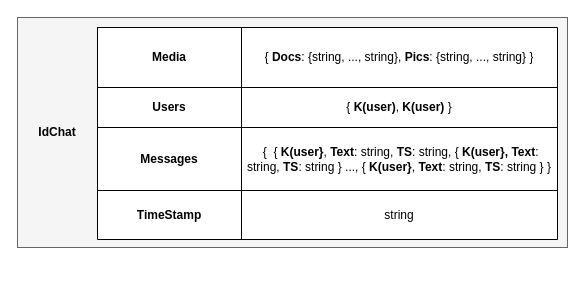
Earlier version of the draw.io diagram NoAM/collection-chat.drawio (Antonet99/noSQL-Snapchat). Source tidied: cells renumbered, new cells numbered last; positions are measured from the earlier drawing's top-left corner, leaving out a move shared by most shapes. Both pictures are drawn from the tidied source at 100%, with x=0, y=0 at pixel (17, 17).
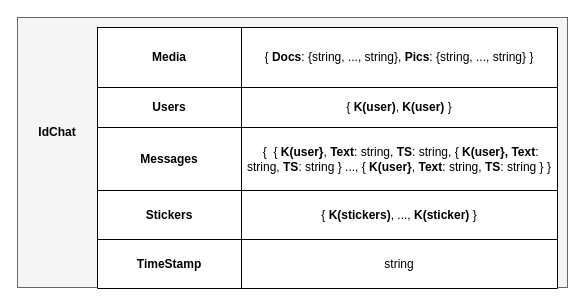
After the change.

The edit, as a diff of the source:
```diff
@@
 <mxGraphModel>
   <root>
     <mxCell id="0" />
     <mxCell id="1" parent="0" />
     <mxCell id="2" style="rounded=0;whiteSpace=wrap;html=1;fillColor=#f5f5f5;fontColor=#333333;strokeColor=#666666;" parent="1" vertex="1">
-      <mxGeometry width="550" height="230" as="geometry" />
+      <mxGeometry width="550" height="270" as="geometry" />
     </mxCell>
     <mxCell id="3" value="&lt;b&gt;IdChat&lt;/b&gt;" style="text;html=1;strokeColor=none;fillColor=none;align=center;verticalAlign=middle;whiteSpace=wrap;rounded=0;" parent="1" vertex="1">
       <mxGeometry x="10" y="99.5" width="60" height="30" as="geometry" />
     </mxCell>
     <mxCell id="4" style="shape=table;startSize=0;childLayout=tableLayout;" parent="1" vertex="1">
-      <mxGeometry x="80" y="10" width="460" height="212" as="geometry" />
+      <mxGeometry x="80" y="10" width="460" height="261" as="geometry" />
     </mxCell>
     <mxCell id="5" style="shape=tableRow;horizontal=0;startSize=0;swimlaneHead=0;swimlaneBody=0;strokeColor=inherit;top=0;left=0;bottom=0;right=0;fillColor=none;" parent="4" vertex="1">
       <mxGeometry width="460" height="60" as="geometry" />
     </mxCell>
     <mxCell id="6" value="&lt;b&gt;Media&lt;/b&gt;" style="shape=partialRectangle;html=1;whiteSpace=wrap;strokeColor=inherit;overflow=hidden;fillColor=none;top=0;left=0;bottom=0;right=0;" parent="5" vertex="1">
       <mxGeometry width="144" height="60" as="geometry" />
     </mxCell>
     <mxCell id="7" value="{ &lt;b&gt;Docs&lt;/b&gt;: {string, ..., string}, &lt;b&gt;Pics&lt;/b&gt;: {string, ..., string} }" style="shape=partialRectangle;html=1;whiteSpace=wrap;strokeColor=inherit;overflow=hidden;fillColor=none;top=0;left=0;bottom=0;right=0;" parent="5" vertex="1">
       <mxGeometry x="144" width="316" height="60" as="geometry" />
     </mxCell>
     <mxCell id="8" style="shape=tableRow;horizontal=0;startSize=0;swimlaneHead=0;swimlaneBody=0;strokeColor=inherit;top=0;left=0;bottom=0;right=0;fillColor=none;" parent="4" vertex="1">
       <mxGeometry y="60" width="460" height="40" as="geometry" />
     </mxCell>
     <mxCell id="9" value="&lt;b&gt;Users&lt;/b&gt;" style="shape=partialRectangle;html=1;whiteSpace=wrap;strokeColor=inherit;overflow=hidden;fillColor=none;top=0;left=0;bottom=0;right=0;" parent="8" vertex="1">
       <mxGeometry width="144" height="40" as="geometry" />
     </mxCell>
     <mxCell id="10" value="{ &lt;b&gt;K(user)&lt;/b&gt;, &lt;b&gt;K(user)&lt;/b&gt; }" style="shape=partialRectangle;html=1;whiteSpace=wrap;strokeColor=inherit;overflow=hidden;fillColor=none;top=0;left=0;bottom=0;right=0;" parent="8" vertex="1">
       <mxGeometry x="144" width="316" height="40" as="geometry" />
     </mxCell>
     <mxCell id="11" style="shape=tableRow;horizontal=0;startSize=0;swimlaneHead=0;swimlaneBody=0;strokeColor=inherit;top=0;left=0;bottom=0;right=0;fillColor=none;" parent="4" vertex="1">
       <mxGeometry y="100" width="460" height="63" as="geometry" />
     </mxCell>
     <mxCell id="12" value="&lt;b&gt;Messages&lt;/b&gt;" style="shape=partialRectangle;html=1;whiteSpace=wrap;strokeColor=inherit;overflow=hidden;fillColor=none;top=0;left=0;bottom=0;right=0;" parent="11" vertex="1">
       <mxGeometry width="144" height="63" as="geometry" />
     </mxCell>
     <mxCell id="13" value="&amp;nbsp;{&amp;nbsp; { &lt;b&gt;K(user}&lt;/b&gt;, &lt;b&gt;Text&lt;/b&gt;: string, &lt;b&gt;TS&lt;/b&gt;: string, { &lt;b&gt;K(user},&lt;/b&gt; &lt;b&gt;Text&lt;/b&gt;: string, &lt;b&gt;TS&lt;/b&gt;: string  } ..., {&amp;nbsp;&lt;b&gt;K(user}&lt;/b&gt;, &lt;b&gt;Text&lt;/b&gt;: string, &lt;b&gt;TS&lt;/b&gt;: string } }" style="shape=partialRectangle;html=1;whiteSpace=wrap;strokeColor=inherit;overflow=hidden;fillColor=none;top=0;left=0;bottom=0;right=0;" parent="11" vertex="1">
       <mxGeometry x="144" width="316" height="63" as="geometry" />
     </mxCell>
     <mxCell id="14" style="shape=tableRow;horizontal=0;startSize=0;swimlaneHead=0;swimlaneBody=0;strokeColor=inherit;top=0;left=0;bottom=0;right=0;fillColor=none;" parent="4" vertex="1">
       <mxGeometry y="163" width="460" height="49" as="geometry" />
     </mxCell>
-    <mxCell id="15" value="&lt;b&gt;TimeStamp&lt;/b&gt;" style="shape=partialRectangle;html=1;whiteSpace=wrap;strokeColor=inherit;overflow=hidden;fillColor=none;top=0;left=0;bottom=0;right=0;" parent="14" vertex="1">
+    <mxCell id="15" value="&lt;b&gt;Stickers&lt;/b&gt;" style="shape=partialRectangle;html=1;whiteSpace=wrap;strokeColor=inherit;overflow=hidden;fillColor=none;top=0;left=0;bottom=0;right=0;" parent="14" vertex="1">
       <mxGeometry width="144" height="49" as="geometry" />
     </mxCell>
-    <mxCell id="16" value="string" style="shape=partialRectangle;html=1;whiteSpace=wrap;strokeColor=inherit;overflow=hidden;fillColor=none;top=0;left=0;bottom=0;right=0;" parent="14" vertex="1">
+    <mxCell id="16" value="{ &lt;b&gt;K(stickers)&lt;/b&gt;, ..., &lt;b&gt;K(sticker)&lt;/b&gt; }" style="shape=partialRectangle;html=1;whiteSpace=wrap;strokeColor=inherit;overflow=hidden;fillColor=none;top=0;left=0;bottom=0;right=0;" parent="14" vertex="1">
       <mxGeometry x="144" width="316" height="49" as="geometry" />
     </mxCell>
+    <mxCell id="17" style="shape=tableRow;horizontal=0;startSize=0;swimlaneHead=0;swimlaneBody=0;strokeColor=inherit;top=0;left=0;bottom=0;right=0;fillColor=none;" parent="4" vertex="1">
+      <mxGeometry y="212" width="460" height="49" as="geometry" />
+    </mxCell>
+    <mxCell id="18" value="&lt;b&gt;TimeStamp&lt;/b&gt;" style="shape=partialRectangle;html=1;whiteSpace=wrap;strokeColor=inherit;overflow=hidden;fillColor=none;top=0;left=0;bottom=0;right=0;" parent="17" vertex="1">
+      <mxGeometry width="144" height="49" as="geometry" />
+    </mxCell>
+    <mxCell id="19" value="string" style="shape=partialRectangle;html=1;whiteSpace=wrap;strokeColor=inherit;overflow=hidden;fillColor=none;top=0;left=0;bottom=0;right=0;" parent="17" vertex="1">
+      <mxGeometry x="144" width="316" height="49" as="geometry" />
+    </mxCell>
   </root>
 </mxGraphModel>
```
